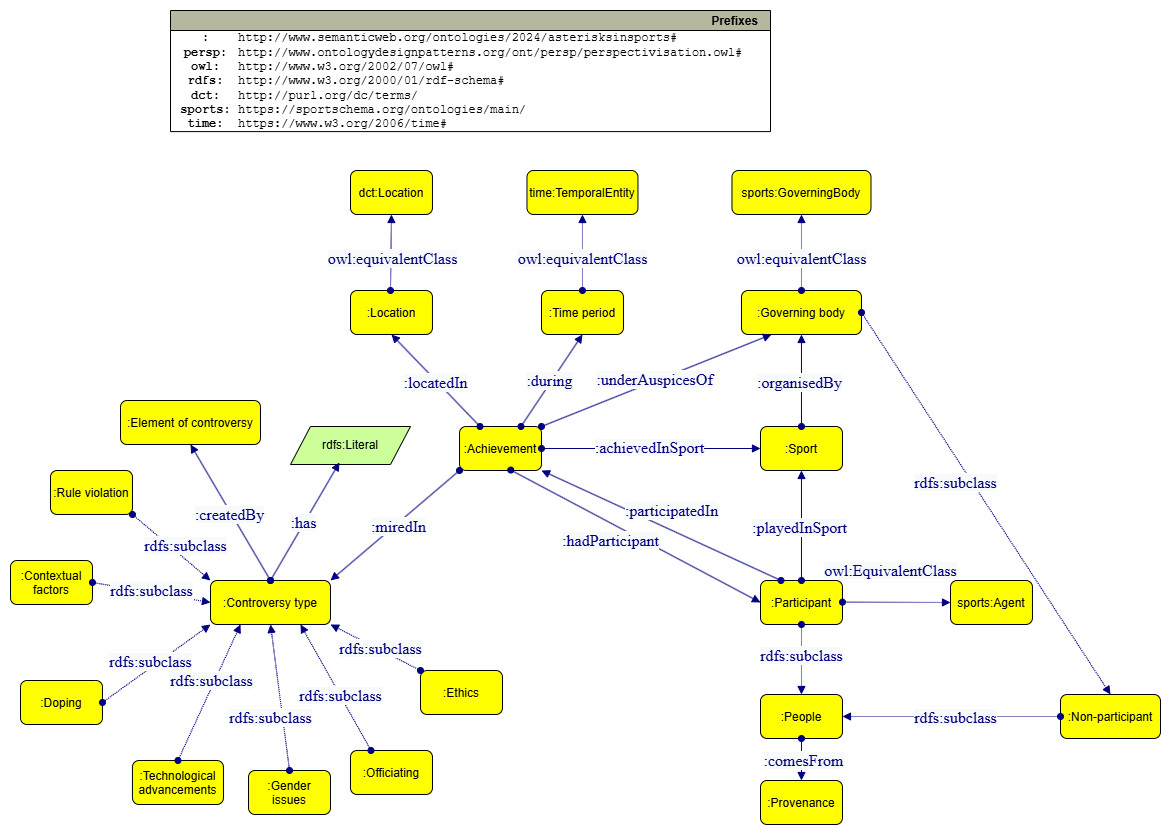
Above: img/ontologydiagram1.drawio.png in krzywonos/asterisks-in-sports (draw.io), before the change. Source tidied: cells renumbered, new cells last; positions are measured from the earlier drawing's top-left corner, leaving out a move shared by most shapes.
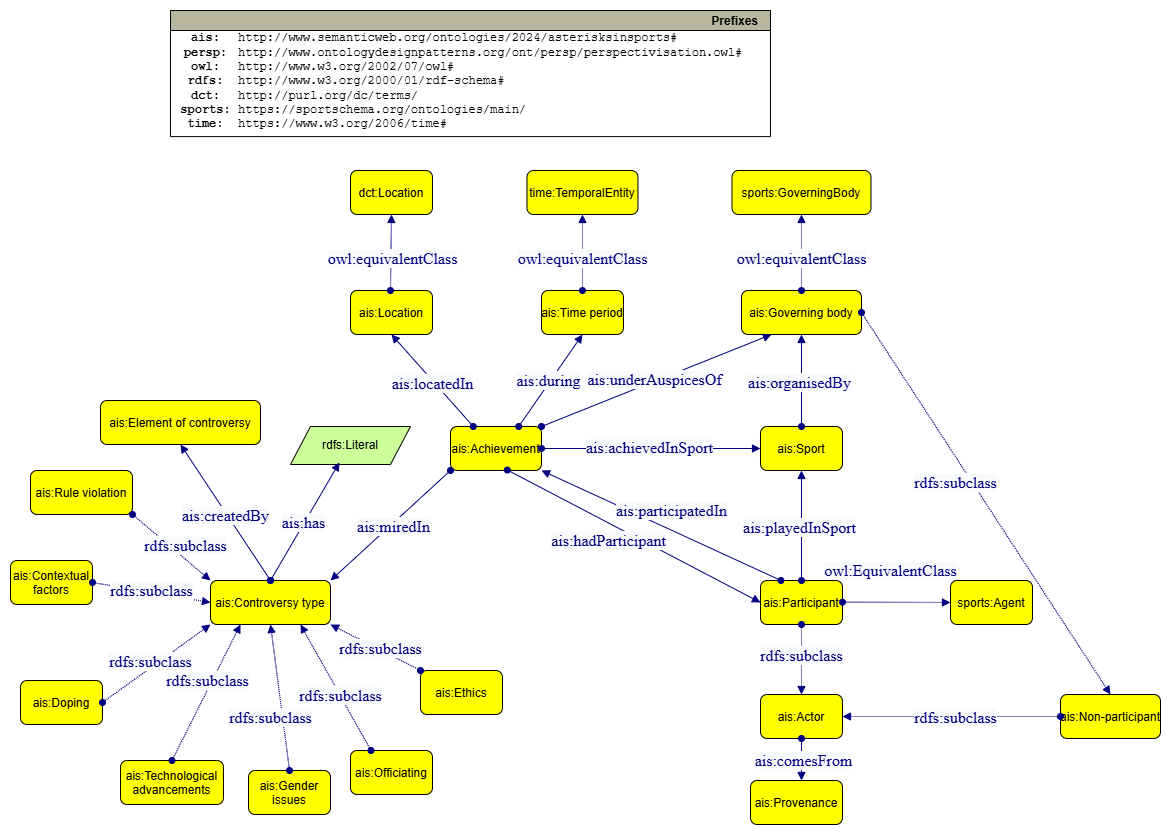
After the commit.

Commit message:
updated what I did, updated diagrams

The edit, as a diff of the source:
```diff
@@ -4,13 +4,13 @@
     <mxCell id="1" parent="0" />
-    <mxCell id="2" value=":Controversy type" style="graphMlID=n4;shape=rect;rounded=1;arcsize=30;fillColor=#ffff00;strokeColor=#000000;strokeWidth=1.0;" parent="1" vertex="1">
+    <mxCell id="2" value="ais:Controversy type" style="graphMlID=n4;shape=rect;rounded=1;arcsize=30;fillColor=#ffff00;strokeColor=#000000;strokeWidth=1.0;" parent="1" vertex="1">
       <mxGeometry x="200" y="570" width="120" height="44" as="geometry" />
     </mxCell>
-    <mxCell id="3" value=":Achievement" style="graphMlID=n4;shape=rect;rounded=1;arcsize=30;fillColor=#ffff00;strokeColor=#000000;strokeWidth=1.0;" parent="1" vertex="1">
-      <mxGeometry x="449" y="416" width="82" height="44" as="geometry" />
+    <mxCell id="3" value="ais:Achievement" style="graphMlID=n4;shape=rect;rounded=1;arcsize=30;fillColor=#ffff00;strokeColor=#000000;strokeWidth=1.0;" parent="1" vertex="1">
+      <mxGeometry x="440" y="416" width="91" height="44" as="geometry" />
     </mxCell>
     <mxCell id="4" value="Prefixes" style="graphMlID=n0;shape=swimlane;startSize=20;fillColor=#b7b69e;strokeColor=#000000;strokeWidth=1.0;align=right;spacingRight=10;fontStyle=1;" parent="1" vertex="1">
-      <mxGeometry x="160" width="600" height="121.1" as="geometry" />
+      <mxGeometry x="160" width="600" height="126.1" as="geometry" />
     </mxCell>
-    <mxCell id="5" value="&lt;b&gt;:&lt;br&gt;persp:&lt;br&gt;owl:&lt;br&gt;rdfs:&lt;br&gt;dct:&lt;br&gt;sports:&lt;br&gt;time:&lt;br&gt;&lt;/b&gt;" style="text;html=1;align=center;verticalAlign=middle;fontFamily=Courier New;" parent="4" vertex="1">
-      <mxGeometry y="21.1" width="70" height="100" as="geometry" />
+    <mxCell id="5" value="&lt;b&gt;ais:&lt;br&gt;persp:&lt;br&gt;owl:&lt;br&gt;rdfs:&lt;br&gt;dct:&lt;br&gt;sports:&lt;br&gt;time:&lt;br&gt;&lt;/b&gt;" style="text;html=1;align=center;verticalAlign=middle;fontFamily=Courier New;" parent="4" vertex="1">
+      <mxGeometry y="16.1" width="70" height="110" as="geometry" />
     </mxCell>
@@ -19,3 +19,3 @@
     </mxCell>
-    <mxCell id="7" value=":Location" style="graphMlID=n4;shape=rect;rounded=1;arcsize=30;fillColor=#ffff00;strokeColor=#000000;strokeWidth=1.0;" parent="1" vertex="1">
+    <mxCell id="7" value="ais:Location" style="graphMlID=n4;shape=rect;rounded=1;arcsize=30;fillColor=#ffff00;strokeColor=#000000;strokeWidth=1.0;" parent="1" vertex="1">
       <mxGeometry x="340" y="280" width="82" height="44" as="geometry" />
@@ -25,21 +25,21 @@
     </mxCell>
-    <mxCell id="9" value=":Time period" style="graphMlID=n4;shape=rect;rounded=1;arcsize=30;fillColor=#ffff00;strokeColor=#000000;strokeWidth=1.0;" parent="1" vertex="1">
+    <mxCell id="9" value="ais:Time period" style="graphMlID=n4;shape=rect;rounded=1;arcsize=30;fillColor=#ffff00;strokeColor=#000000;strokeWidth=1.0;" parent="1" vertex="1">
       <mxGeometry x="531" y="280" width="82" height="44" as="geometry" />
     </mxCell>
-    <mxCell id="10" value=":Sport" style="graphMlID=n4;shape=rect;rounded=1;arcsize=30;fillColor=#ffff00;strokeColor=#000000;strokeWidth=1.0;" parent="1" vertex="1">
+    <mxCell id="10" value="ais:Sport" style="graphMlID=n4;shape=rect;rounded=1;arcsize=30;fillColor=#ffff00;strokeColor=#000000;strokeWidth=1.0;" parent="1" vertex="1">
       <mxGeometry x="750" y="416" width="82" height="44" as="geometry" />
     </mxCell>
-    <mxCell id="11" value=":Governing body" style="graphMlID=n4;shape=rect;rounded=1;arcsize=30;fillColor=#ffff00;strokeColor=#000000;strokeWidth=1.0;" parent="1" vertex="1">
+    <mxCell id="11" value="ais:Governing body" style="graphMlID=n4;shape=rect;rounded=1;arcsize=30;fillColor=#ffff00;strokeColor=#000000;strokeWidth=1.0;" parent="1" vertex="1">
       <mxGeometry x="731" y="280" width="120" height="44" as="geometry" />
     </mxCell>
-    <mxCell id="12" value=":Participant" style="graphMlID=n4;shape=rect;rounded=1;arcsize=30;fillColor=#ffff00;strokeColor=#000000;strokeWidth=1.0;" parent="1" vertex="1">
+    <mxCell id="12" value="ais:Participant" style="graphMlID=n4;shape=rect;rounded=1;arcsize=30;fillColor=#ffff00;strokeColor=#000000;strokeWidth=1.0;" parent="1" vertex="1">
       <mxGeometry x="750" y="570" width="82" height="44" as="geometry" />
     </mxCell>
-    <mxCell id="13" value=":People" style="graphMlID=n4;shape=rect;rounded=1;arcsize=30;fillColor=#ffff00;strokeColor=#000000;strokeWidth=1.0;" parent="1" vertex="1">
+    <mxCell id="13" value="ais:Actor" style="graphMlID=n4;shape=rect;rounded=1;arcsize=30;fillColor=#ffff00;strokeColor=#000000;strokeWidth=1.0;" parent="1" vertex="1">
       <mxGeometry x="750" y="684" width="82" height="44" as="geometry" />
     </mxCell>
-    <mxCell id="14" value=":Provenance" style="graphMlID=n4;shape=rect;rounded=1;arcsize=30;fillColor=#ffff00;strokeColor=#000000;strokeWidth=1.0;" parent="1" vertex="1">
-      <mxGeometry x="750" y="770" width="82" height="44" as="geometry" />
+    <mxCell id="14" value="ais:Provenance" style="graphMlID=n4;shape=rect;rounded=1;arcsize=30;fillColor=#ffff00;strokeColor=#000000;strokeWidth=1.0;" parent="1" vertex="1">
+      <mxGeometry x="740" y="770" width="92" height="44" as="geometry" />
     </mxCell>
-    <mxCell id="15" value=":Non-participant" style="graphMlID=n4;shape=rect;rounded=1;arcsize=30;fillColor=#ffff00;strokeColor=#000000;strokeWidth=1.0;" parent="1" vertex="1">
+    <mxCell id="15" value="ais:Non-participant" style="graphMlID=n4;shape=rect;rounded=1;arcsize=30;fillColor=#ffff00;strokeColor=#000000;strokeWidth=1.0;" parent="1" vertex="1">
       <mxGeometry x="1050" y="684" width="100" height="44" as="geometry" />
@@ -49,4 +49,4 @@
     </mxCell>
-    <mxCell id="17" value=":Element of controversy" style="graphMlID=n4;shape=rect;rounded=1;arcsize=30;fillColor=#ffff00;strokeColor=#000000;strokeWidth=1.0;" parent="1" vertex="1">
-      <mxGeometry x="110" y="390" width="140" height="44" as="geometry" />
+    <mxCell id="17" value="ais:Element of controversy" style="graphMlID=n4;shape=rect;rounded=1;arcsize=30;fillColor=#ffff00;strokeColor=#000000;strokeWidth=1.0;" parent="1" vertex="1">
+      <mxGeometry x="90" y="390" width="160" height="44" as="geometry" />
     </mxCell>
@@ -58,21 +58,21 @@
     </mxCell>
-    <mxCell id="20" value=":Rule violation" style="graphMlID=n4;shape=rect;rounded=1;arcsize=30;fillColor=#ffff00;strokeColor=#000000;strokeWidth=1.0;" parent="1" vertex="1">
-      <mxGeometry x="40" y="460" width="82" height="44" as="geometry" />
+    <mxCell id="20" value="ais:Rule violation" style="graphMlID=n4;shape=rect;rounded=1;arcsize=30;fillColor=#ffff00;strokeColor=#000000;strokeWidth=1.0;" parent="1" vertex="1">
+      <mxGeometry x="20" y="460" width="102" height="44" as="geometry" />
     </mxCell>
-    <mxCell id="21" value=":Contextual&#10;factors" style="graphMlID=n4;shape=rect;rounded=1;arcsize=30;fillColor=#ffff00;strokeColor=#000000;strokeWidth=1.0;" parent="1" vertex="1">
+    <mxCell id="21" value="ais:Contextual&#10;factors" style="graphMlID=n4;shape=rect;rounded=1;arcsize=30;fillColor=#ffff00;strokeColor=#000000;strokeWidth=1.0;" parent="1" vertex="1">
       <mxGeometry y="550" width="82" height="44" as="geometry" />
     </mxCell>
-    <mxCell id="22" value=":Doping" style="graphMlID=n4;shape=rect;rounded=1;arcsize=30;fillColor=#ffff00;strokeColor=#000000;strokeWidth=1.0;" parent="1" vertex="1">
+    <mxCell id="22" value="ais:Doping" style="graphMlID=n4;shape=rect;rounded=1;arcsize=30;fillColor=#ffff00;strokeColor=#000000;strokeWidth=1.0;" parent="1" vertex="1">
       <mxGeometry x="10" y="670" width="82" height="44" as="geometry" />
     </mxCell>
-    <mxCell id="23" value=":Technological&#10;advancements" style="graphMlID=n4;shape=rect;rounded=1;arcsize=30;fillColor=#ffff00;strokeColor=#000000;strokeWidth=1.0;" parent="1" vertex="1">
-      <mxGeometry x="122" y="750" width="91" height="44" as="geometry" />
+    <mxCell id="23" value="ais:Technological&#10;advancements" style="graphMlID=n4;shape=rect;rounded=1;arcsize=30;fillColor=#ffff00;strokeColor=#000000;strokeWidth=1.0;" parent="1" vertex="1">
+      <mxGeometry x="110" y="750" width="103" height="44" as="geometry" />
     </mxCell>
-    <mxCell id="24" value=":Gender &#10;issues" style="graphMlID=n4;shape=rect;rounded=1;arcsize=30;fillColor=#ffff00;strokeColor=#000000;strokeWidth=1.0;" parent="1" vertex="1">
+    <mxCell id="24" value="ais:Gender &#10;issues" style="graphMlID=n4;shape=rect;rounded=1;arcsize=30;fillColor=#ffff00;strokeColor=#000000;strokeWidth=1.0;" parent="1" vertex="1">
       <mxGeometry x="238" y="760" width="82" height="44" as="geometry" />
     </mxCell>
-    <mxCell id="25" value=":Officiating" style="graphMlID=n4;shape=rect;rounded=1;arcsize=30;fillColor=#ffff00;strokeColor=#000000;strokeWidth=1.0;" parent="1" vertex="1">
+    <mxCell id="25" value="ais:Officiating" style="graphMlID=n4;shape=rect;rounded=1;arcsize=30;fillColor=#ffff00;strokeColor=#000000;strokeWidth=1.0;" parent="1" vertex="1">
       <mxGeometry x="340" y="740" width="82" height="44" as="geometry" />
     </mxCell>
-    <mxCell id="26" value=":Ethics" style="graphMlID=n4;shape=rect;rounded=1;arcsize=30;fillColor=#ffff00;strokeColor=#000000;strokeWidth=1.0;" parent="1" vertex="1">
+    <mxCell id="26" value="ais:Ethics" style="graphMlID=n4;shape=rect;rounded=1;arcsize=30;fillColor=#ffff00;strokeColor=#000000;strokeWidth=1.0;" parent="1" vertex="1">
       <mxGeometry x="410" y="660" width="82" height="44" as="geometry" />
@@ -85,3 +85,3 @@
     </mxCell>
-    <mxCell id="28" value="&lt;span style=&quot;color: rgb(0 , 0 , 128) ; font-family: &amp;#34;dialog&amp;#34; ; font-size: 16px ; background-color: rgb(248 , 249 , 250)&quot;&gt;:comesFrom&lt;/span&gt;" style="text;html=1;align=center;verticalAlign=middle;labelBackgroundColor=#ffffff;" parent="27" vertex="1">
+    <mxCell id="28" value="&lt;span style=&quot;color: rgb(0 , 0 , 128) ; font-family: &amp;quot;dialog&amp;quot; ; font-size: 16px ; background-color: rgb(248 , 249 , 250)&quot;&gt;ais:comesFrom&lt;/span&gt;" style="text;html=1;align=center;verticalAlign=middle;labelBackgroundColor=#ffffff;" parent="27" vertex="1">
       <mxGeometry x="-0.02" y="2" relative="1" as="geometry" />
@@ -117,3 +117,3 @@
     </mxCell>
-    <mxCell id="36" value="&lt;span style=&quot;color: rgb(0 , 0 , 128) ; font-family: &amp;#34;dialog&amp;#34; ; font-size: 16px ; background-color: rgb(248 , 249 , 250)&quot;&gt;:playedInSport&lt;/span&gt;" style="text;html=1;align=center;verticalAlign=middle;labelBackgroundColor=#ffffff;" parent="35" vertex="1">
+    <mxCell id="36" value="&lt;span style=&quot;color: rgb(0 , 0 , 128) ; font-family: &amp;quot;dialog&amp;quot; ; font-size: 16px ; background-color: rgb(248 , 249 , 250)&quot;&gt;ais:playedInSport&lt;/span&gt;" style="text;html=1;align=center;verticalAlign=middle;labelBackgroundColor=#ffffff;" parent="35" vertex="1">
       <mxGeometry x="-0.02" y="2" relative="1" as="geometry" />
@@ -123,3 +123,3 @@
     </mxCell>
-    <mxCell id="38" value="&lt;span style=&quot;color: rgb(0 , 0 , 128) ; font-family: &amp;#34;dialog&amp;#34; ; font-size: 16px ; background-color: rgb(248 , 249 , 250)&quot;&gt;:achievedInSport&lt;/span&gt;" style="text;html=1;align=center;verticalAlign=middle;labelBackgroundColor=#ffffff;" parent="37" vertex="1">
+    <mxCell id="38" value="&lt;span style=&quot;color: rgb(0 , 0 , 128) ; font-family: &amp;quot;dialog&amp;quot; ; font-size: 16px ; background-color: rgb(248 , 249 , 250)&quot;&gt;ais:achievedInSport&lt;/span&gt;" style="text;html=1;align=center;verticalAlign=middle;labelBackgroundColor=#ffffff;" parent="37" vertex="1">
       <mxGeometry x="-0.02" y="2" relative="1" as="geometry" />
@@ -137,3 +137,3 @@
     </mxCell>
-    <mxCell id="42" value="&lt;span style=&quot;color: rgb(0 , 0 , 128) ; font-family: &amp;#34;dialog&amp;#34; ; font-size: 16px ; background-color: rgb(248 , 249 , 250)&quot;&gt;:organisedBy&lt;/span&gt;" style="text;html=1;align=center;verticalAlign=middle;labelBackgroundColor=#ffffff;" parent="41" vertex="1">
+    <mxCell id="42" value="&lt;span style=&quot;color: rgb(0 , 0 , 128) ; font-family: &amp;quot;dialog&amp;quot; ; font-size: 16px ; background-color: rgb(248 , 249 , 250)&quot;&gt;ais:organisedBy&lt;/span&gt;" style="text;html=1;align=center;verticalAlign=middle;labelBackgroundColor=#ffffff;" parent="41" vertex="1">
       <mxGeometry x="-0.02" y="2" relative="1" as="geometry" />
@@ -143,3 +143,3 @@
     </mxCell>
-    <mxCell id="44" value="&lt;span style=&quot;color: rgb(0 , 0 , 128) ; font-family: &amp;#34;dialog&amp;#34; ; font-size: 16px ; background-color: rgb(248 , 249 , 250)&quot;&gt;:underAuspicesOf&lt;/span&gt;" style="text;html=1;align=center;verticalAlign=middle;labelBackgroundColor=#ffffff;" parent="43" vertex="1">
+    <mxCell id="44" value="&lt;span style=&quot;color: rgb(0 , 0 , 128) ; font-family: &amp;quot;dialog&amp;quot; ; font-size: 16px ; background-color: rgb(248 , 249 , 250)&quot;&gt;ais:underAuspicesOf&lt;/span&gt;" style="text;html=1;align=center;verticalAlign=middle;labelBackgroundColor=#ffffff;" parent="43" vertex="1">
       <mxGeometry x="-0.02" y="2" relative="1" as="geometry" />
@@ -149,3 +149,3 @@
     </mxCell>
-    <mxCell id="46" value="&lt;font color=&quot;#000080&quot; face=&quot;dialog&quot;&gt;&lt;span style=&quot;font-size: 16px ; background-color: rgb(248 , 249 , 250)&quot;&gt;:participatedIn&lt;/span&gt;&lt;/font&gt;" style="text;html=1;align=center;verticalAlign=middle;labelBackgroundColor=#ffffff;" parent="45" vertex="1">
+    <mxCell id="46" value="&lt;font color=&quot;#000080&quot; face=&quot;dialog&quot;&gt;&lt;span style=&quot;font-size: 16px ; background-color: rgb(248 , 249 , 250)&quot;&gt;ais:participatedIn&lt;/span&gt;&lt;/font&gt;" style="text;html=1;align=center;verticalAlign=middle;labelBackgroundColor=#ffffff;" parent="45" vertex="1">
       <mxGeometry x="-0.02" y="2" relative="1" as="geometry">
@@ -157,3 +157,3 @@
     </mxCell>
-    <mxCell id="48" value="&lt;span style=&quot;color: rgb(0 , 0 , 128) ; font-family: &amp;#34;dialog&amp;#34; ; font-size: 16px ; background-color: rgb(248 , 249 , 250)&quot;&gt;:hadParticipant&lt;/span&gt;" style="text;html=1;align=center;verticalAlign=middle;labelBackgroundColor=#ffffff;" parent="47" vertex="1">
+    <mxCell id="48" value="&lt;span style=&quot;color: rgb(0 , 0 , 128) ; font-family: &amp;quot;dialog&amp;quot; ; font-size: 16px ; background-color: rgb(248 , 249 , 250)&quot;&gt;ais:hadParticipant&lt;/span&gt;" style="text;html=1;align=center;verticalAlign=middle;labelBackgroundColor=#ffffff;" parent="47" vertex="1">
       <mxGeometry x="-0.02" y="2" relative="1" as="geometry">
@@ -183,3 +183,3 @@
     </mxCell>
-    <mxCell id="54" value="&lt;span style=&quot;color: rgb(0 , 0 , 128) ; font-family: &amp;#34;dialog&amp;#34; ; font-size: 16px ; background-color: rgb(248 , 249 , 250)&quot;&gt;:during&lt;/span&gt;" style="text;html=1;align=center;verticalAlign=middle;labelBackgroundColor=#ffffff;" parent="53" vertex="1">
+    <mxCell id="54" value="&lt;span style=&quot;color: rgb(0 , 0 , 128) ; font-family: &amp;quot;dialog&amp;quot; ; font-size: 16px ; background-color: rgb(248 , 249 , 250)&quot;&gt;ais:during&lt;/span&gt;" style="text;html=1;align=center;verticalAlign=middle;labelBackgroundColor=#ffffff;" parent="53" vertex="1">
       <mxGeometry x="-0.02" y="2" relative="1" as="geometry" />
@@ -189,3 +189,3 @@
     </mxCell>
-    <mxCell id="56" value="&lt;span style=&quot;color: rgb(0 , 0 , 128) ; font-family: &amp;#34;dialog&amp;#34; ; font-size: 16px ; background-color: rgb(248 , 249 , 250)&quot;&gt;:locatedIn&lt;/span&gt;" style="text;html=1;align=center;verticalAlign=middle;labelBackgroundColor=#ffffff;" parent="55" vertex="1">
+    <mxCell id="56" value="&lt;span style=&quot;color: rgb(0 , 0 , 128) ; font-family: &amp;quot;dialog&amp;quot; ; font-size: 16px ; background-color: rgb(248 , 249 , 250)&quot;&gt;ais:locatedIn&lt;/span&gt;" style="text;html=1;align=center;verticalAlign=middle;labelBackgroundColor=#ffffff;" parent="55" vertex="1">
       <mxGeometry x="-0.02" y="2" relative="1" as="geometry" />
@@ -195,3 +195,3 @@
     </mxCell>
-    <mxCell id="58" value="&lt;span style=&quot;color: rgb(0 , 0 , 128) ; font-family: &amp;#34;dialog&amp;#34; ; font-size: 16px ; background-color: rgb(248 , 249 , 250)&quot;&gt;:miredIn&lt;/span&gt;" style="text;html=1;align=center;verticalAlign=middle;labelBackgroundColor=#ffffff;" parent="57" vertex="1">
+    <mxCell id="58" value="&lt;span style=&quot;color: rgb(0 , 0 , 128) ; font-family: &amp;quot;dialog&amp;quot; ; font-size: 16px ; background-color: rgb(248 , 249 , 250)&quot;&gt;ais:miredIn&lt;/span&gt;" style="text;html=1;align=center;verticalAlign=middle;labelBackgroundColor=#ffffff;" parent="57" vertex="1">
       <mxGeometry x="-0.02" y="2" relative="1" as="geometry" />
@@ -201,3 +201,3 @@
     </mxCell>
-    <mxCell id="60" value="&lt;span style=&quot;color: rgb(0 , 0 , 128) ; font-family: &amp;#34;dialog&amp;#34; ; font-size: 16px ; background-color: rgb(248 , 249 , 250)&quot;&gt;:createdBy&lt;/span&gt;" style="text;html=1;align=center;verticalAlign=middle;labelBackgroundColor=#ffffff;" parent="59" vertex="1">
+    <mxCell id="60" value="&lt;span style=&quot;color: rgb(0 , 0 , 128) ; font-family: &amp;quot;dialog&amp;quot; ; font-size: 16px ; background-color: rgb(248 , 249 , 250)&quot;&gt;ais:createdBy&lt;/span&gt;" style="text;html=1;align=center;verticalAlign=middle;labelBackgroundColor=#ffffff;" parent="59" vertex="1">
       <mxGeometry x="-0.02" y="2" relative="1" as="geometry" />
@@ -266,3 +266,3 @@
     </mxCell>
-    <mxCell id="77" value="&lt;font face=&quot;dialog&quot; color=&quot;#000080&quot;&gt;&lt;span style=&quot;font-size: 16px; background-color: rgb(248, 249, 250);&quot;&gt;:has&lt;/span&gt;&lt;/font&gt;" style="text;html=1;align=center;verticalAlign=middle;labelBackgroundColor=#ffffff;" parent="76" vertex="1">
+    <mxCell id="77" value="&lt;font face=&quot;dialog&quot; color=&quot;#000080&quot;&gt;&lt;span style=&quot;font-size: 16px; background-color: rgb(248, 249, 250);&quot;&gt;ais:has&lt;/span&gt;&lt;/font&gt;" style="text;html=1;align=center;verticalAlign=middle;labelBackgroundColor=#ffffff;" parent="76" vertex="1">
       <mxGeometry x="-0.02" y="2" relative="1" as="geometry" />
```
